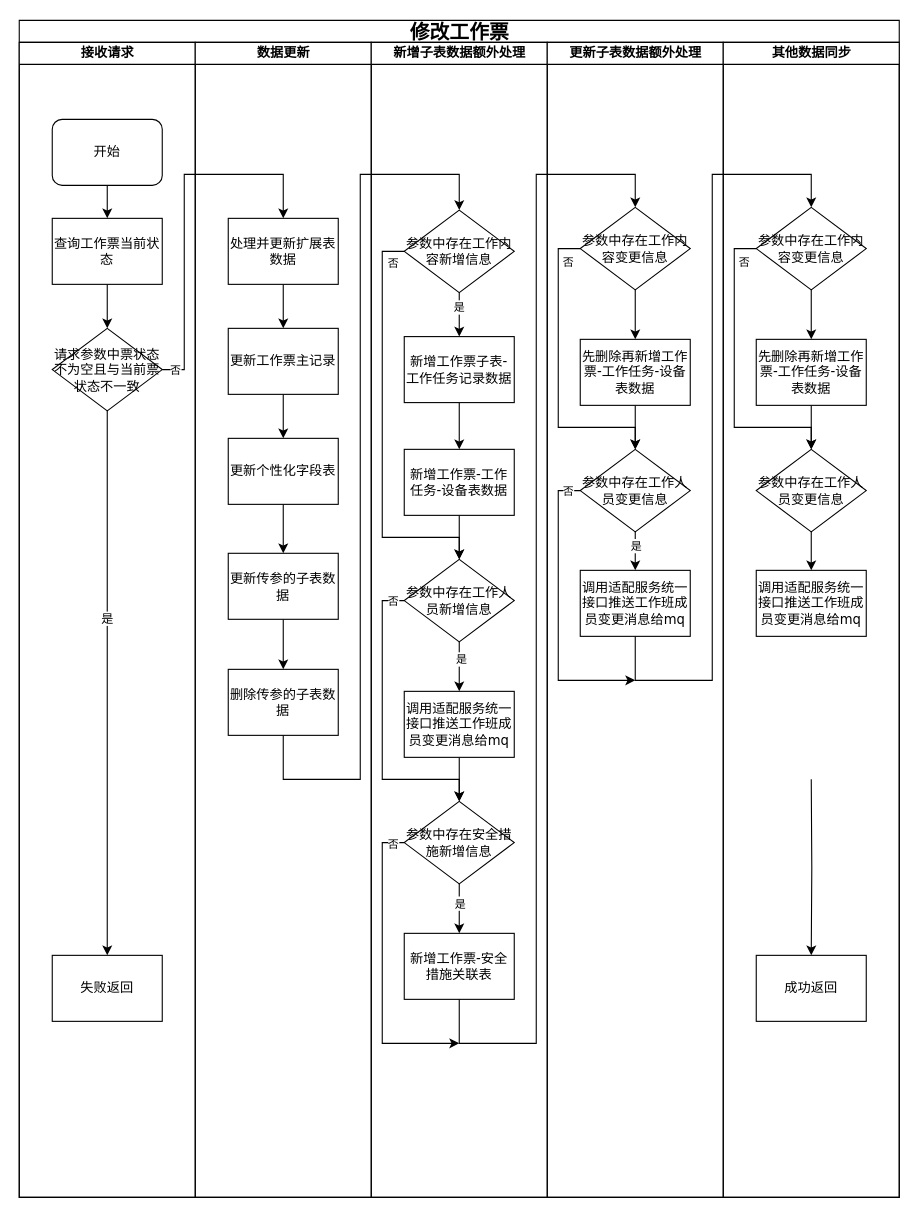
This is 修改工作票.drawio from wwwwbo/myDraw, a draw.io file, before an edit. Source tidied: cells renumbered, new cells numbered last; positions are measured from the earlier drawing's top-left corner, leaving out a move shared by most shapes. Both pictures are drawn from the tidied source at 110%, with x=0, y=0 at pixel (19, 20).
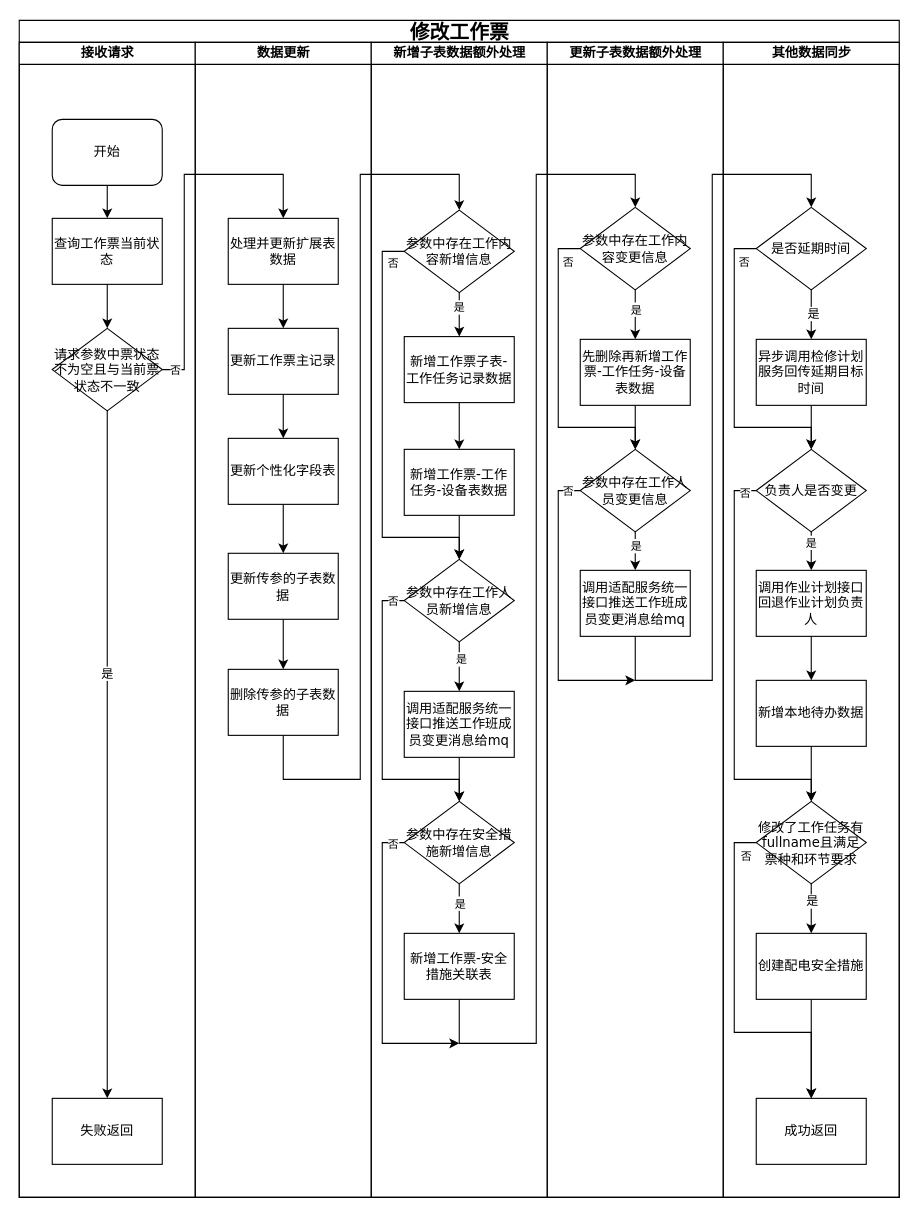
After the change.

Commit message (it also covers changes not shown here):
更新修改工作票.drawio

The change refers to these unchanged cells:
```xml
<mxCell id="3" value="接收请求" style="swimlane;html=1;startSize=20;" parent="2" vertex="1">
  <mxGeometry y="20" width="160" height="1050" as="geometry" />
</mxCell>
<mxCell id="46" style="edgeStyle=orthogonalEdgeStyle;rounded=0;jettySize=auto;html=1;exitX=0.5;exitY=1;exitDx=0;exitDy=0;" parent="45" edge="1" source="49" target="51">
  <mxGeometry relative="1" as="geometry" />
</mxCell>
<mxCell id="62" value="其他数据同步" style="swimlane;html=1;startSize=20;" parent="1" vertex="1">
  <mxGeometry x="640" y="20" width="160" height="1050" as="geometry" />
</mxCell>
<mxCell id="65" style="edgeStyle=orthogonalEdgeStyle;rounded=0;jettySize=auto;html=1;exitX=0.5;exitY=1;exitDx=0;exitDy=0;" parent="62" edge="1" source="68" target="70">
  <mxGeometry relative="1" as="geometry" />
</mxCell>
<mxCell id="71" style="edgeStyle=orthogonalEdgeStyle;rounded=0;jettySize=auto;html=1;exitX=0.5;exitY=1;exitDx=0;exitDy=0;entryX=0.5;entryY=0;entryDx=0;entryDy=0;" parent="62" edge="1" source="72" target="73">
  <mxGeometry relative="1" as="geometry" />
</mxCell>
```

The edit, as a diff of the source:
```diff
@@
     <mxCell id="8" value="&lt;span style=&quot;font-size: 12px;&quot;&gt;失败返回&lt;/span&gt;" style="whiteSpace=wrap;html=1;fontSize=8;fontFamily=Verdana;rounded=0;shadow=0;labelBackgroundColor=none;strokeWidth=1;" parent="3" vertex="1">
-      <mxGeometry x="30" y="830" width="100" height="60" as="geometry" />
+      <mxGeometry x="30" y="960" width="100" height="60" as="geometry" />
     </mxCell>
@@
+    <mxCell id="75" value="&lt;font style=&quot;font-size: 10px;&quot;&gt;是&lt;/font&gt;" style="edgeLabel;html=1;align=center;verticalAlign=middle;" parent="46" vertex="1">
+      <mxGeometry x="-0.23" relative="1" as="geometry" />
+    </mxCell>
@@
-    <mxCell id="63" style="edgeStyle=orthogonalEdgeStyle;rounded=0;jettySize=auto;html=1;" parent="62" edge="1" target="64">
-      <mxGeometry relative="1" as="geometry">
-        <mxPoint x="80" y="670" as="sourcePoint" />
-      </mxGeometry>
-    </mxCell>
     <mxCell id="64" value="&lt;span style=&quot;font-size: 12px;&quot;&gt;成功返回&lt;/span&gt;" style="whiteSpace=wrap;html=1;fontSize=8;fontFamily=Verdana;rounded=0;shadow=0;labelBackgroundColor=none;strokeWidth=1;" parent="62" vertex="1">
-      <mxGeometry x="30" y="830" width="100" height="60" as="geometry" />
+      <mxGeometry x="30" y="960" width="100" height="60" as="geometry" />
     </mxCell>
@@
+    <mxCell id="76" value="是" style="edgeLabel;html=1;align=center;verticalAlign=middle;" parent="65" vertex="1">
+      <mxGeometry x="-0.08" y="1" relative="1" as="geometry" />
+    </mxCell>
@@
-    <mxCell id="68" value="&lt;span style=&quot;font-size: 12px;&quot;&gt;参数中存在工作内容变更信息&lt;/span&gt;" style="rhombus;whiteSpace=wrap;html=1;rounded=0;shadow=0;labelBackgroundColor=none;strokeWidth=1;fontFamily=Verdana;fontSize=8;align=center;" parent="62" vertex="1">
+    <mxCell id="68" value="&lt;span style=&quot;font-size: 12px;&quot;&gt;是否延期时间&lt;/span&gt;" style="rhombus;whiteSpace=wrap;html=1;rounded=0;shadow=0;labelBackgroundColor=none;strokeWidth=1;fontFamily=Verdana;fontSize=8;align=center;" parent="62" vertex="1">
       <mxGeometry x="30" y="150" width="100" height="75" as="geometry" />
     </mxCell>
@@
-    <mxCell id="70" value="&lt;span style=&quot;font-size: 12px;&quot;&gt;先删除再新增工作票-工作任务-设备表数据&lt;/span&gt;" style="whiteSpace=wrap;html=1;fontSize=8;fontFamily=Verdana;rounded=0;shadow=0;labelBackgroundColor=none;strokeWidth=1;" parent="62" vertex="1">
+    <mxCell id="70" value="&lt;span style=&quot;font-size: 12px;&quot;&gt;异步调用检修计划服务回传延期目标时间&lt;/span&gt;" style="whiteSpace=wrap;html=1;fontSize=8;fontFamily=Verdana;rounded=0;shadow=0;labelBackgroundColor=none;strokeWidth=1;" parent="62" vertex="1">
       <mxGeometry x="30" y="270" width="100" height="60" as="geometry" />
     </mxCell>
@@
+    <mxCell id="77" value="&lt;font style=&quot;font-size: 10px;&quot;&gt;是&lt;/font&gt;" style="edgeLabel;html=1;align=center;verticalAlign=middle;" parent="71" vertex="1">
+      <mxGeometry x="-0.51" y="-1" relative="1" as="geometry" />
+    </mxCell>
+    <mxCell id="78" style="edgeStyle=orthogonalEdgeStyle;rounded=0;jettySize=auto;html=1;exitX=0;exitY=0.5;exitDx=0;exitDy=0;entryX=0.5;entryY=0;entryDx=0;entryDy=0;" parent="62" edge="1" source="72" target="87">
+      <mxGeometry relative="1" as="geometry">
+        <Array as="points">
+          <mxPoint x="10" y="408" />
+          <mxPoint x="10" y="670" />
+          <mxPoint x="80" y="670" />
+        </Array>
+      </mxGeometry>
+    </mxCell>
+    <mxCell id="79" value="&lt;font style=&quot;font-size: 10px;&quot;&gt;否&lt;/font&gt;" style="edgeLabel;html=1;align=center;verticalAlign=middle;" parent="78" vertex="1">
+      <mxGeometry x="-0.94" y="2" relative="1" as="geometry" />
+    </mxCell>
-    <mxCell id="72" value="&lt;span style=&quot;font-size: 12px;&quot;&gt;参数中存在工作人员变更信息&lt;/span&gt;" style="rhombus;whiteSpace=wrap;html=1;rounded=0;shadow=0;labelBackgroundColor=none;strokeWidth=1;fontFamily=Verdana;fontSize=8;align=center;" parent="62" vertex="1">
+    <mxCell id="72" value="&lt;span style=&quot;font-size: 12px;&quot;&gt;负责人是否变更&lt;/span&gt;" style="rhombus;whiteSpace=wrap;html=1;rounded=0;shadow=0;labelBackgroundColor=none;strokeWidth=1;fontFamily=Verdana;fontSize=8;align=center;" parent="62" vertex="1">
       <mxGeometry x="30" y="370" width="100" height="75" as="geometry" />
     </mxCell>
+    <mxCell id="80" style="edgeStyle=orthogonalEdgeStyle;rounded=0;jettySize=auto;html=1;exitX=0.5;exitY=1;exitDx=0;exitDy=0;" parent="62" edge="1" source="73" target="82">
+      <mxGeometry relative="1" as="geometry" />
+    </mxCell>
-    <mxCell id="73" value="&lt;span style=&quot;font-size: 12px;&quot;&gt;调用适配服务统一接口推送工作班成员变更消息给mq&lt;/span&gt;" style="whiteSpace=wrap;html=1;fontSize=8;fontFamily=Verdana;rounded=0;shadow=0;labelBackgroundColor=none;strokeWidth=1;" parent="62" vertex="1">
+    <mxCell id="73" value="&lt;span style=&quot;font-size: 12px;&quot;&gt;调用作业计划接口回退作业计划负责人&lt;/span&gt;" style="whiteSpace=wrap;html=1;fontSize=8;fontFamily=Verdana;rounded=0;shadow=0;labelBackgroundColor=none;strokeWidth=1;" parent="62" vertex="1">
       <mxGeometry x="30" y="480" width="100" height="60" as="geometry" />
     </mxCell>
+    <mxCell id="81" style="edgeStyle=orthogonalEdgeStyle;rounded=0;jettySize=auto;html=1;exitX=0.5;exitY=1;exitDx=0;exitDy=0;entryX=0.5;entryY=0;entryDx=0;entryDy=0;" parent="62" edge="1" source="82" target="87">
+      <mxGeometry relative="1" as="geometry" />
+    </mxCell>
+    <mxCell id="82" value="&lt;span style=&quot;font-size: 12px;&quot;&gt;新增本地待办数据&lt;/span&gt;" style="whiteSpace=wrap;html=1;fontSize=8;fontFamily=Verdana;rounded=0;shadow=0;labelBackgroundColor=none;strokeWidth=1;" parent="62" vertex="1">
+      <mxGeometry x="30" y="580" width="100" height="60" as="geometry" />
+    </mxCell>
+    <mxCell id="83" style="edgeStyle=orthogonalEdgeStyle;rounded=0;jettySize=auto;html=1;exitX=0.5;exitY=1;exitDx=0;exitDy=0;entryX=0.5;entryY=0;entryDx=0;entryDy=0;" parent="62" edge="1" source="87" target="89">
+      <mxGeometry relative="1" as="geometry" />
+    </mxCell>
+    <mxCell id="84" value="是" style="edgeLabel;html=1;align=center;verticalAlign=middle;" parent="83" vertex="1">
+      <mxGeometry x="-0.33" relative="1" as="geometry" />
+    </mxCell>
+    <mxCell id="85" style="edgeStyle=orthogonalEdgeStyle;rounded=0;jettySize=auto;html=1;exitX=0;exitY=0.5;exitDx=0;exitDy=0;entryX=0.5;entryY=0;entryDx=0;entryDy=0;" parent="62" edge="1" source="87" target="64">
+      <mxGeometry relative="1" as="geometry">
+        <Array as="points">
+          <mxPoint x="10" y="728" />
+          <mxPoint x="10" y="900" />
+          <mxPoint x="80" y="900" />
+        </Array>
+      </mxGeometry>
+    </mxCell>
+    <mxCell id="86" value="&lt;font style=&quot;font-size: 10px;&quot;&gt;否&lt;/font&gt;" style="edgeLabel;html=1;align=center;verticalAlign=middle;" parent="85" vertex="1">
+      <mxGeometry x="-0.94" y="1" relative="1" as="geometry">
+        <mxPoint y="11" as="offset" />
+      </mxGeometry>
+    </mxCell>
+    <mxCell id="87" value="&lt;span style=&quot;font-size: 12px;&quot;&gt;修改了工作任务有fullname且满足票种和环节要求&lt;/span&gt;" style="rhombus;whiteSpace=wrap;html=1;rounded=0;shadow=0;labelBackgroundColor=none;strokeWidth=1;fontFamily=Verdana;fontSize=8;align=center;" parent="62" vertex="1">
+      <mxGeometry x="30" y="690" width="100" height="75" as="geometry" />
+    </mxCell>
+    <mxCell id="88" style="edgeStyle=orthogonalEdgeStyle;rounded=0;jettySize=auto;html=1;exitX=0.5;exitY=1;exitDx=0;exitDy=0;entryX=0.5;entryY=0;entryDx=0;entryDy=0;" parent="62" edge="1" source="89" target="64">
+      <mxGeometry relative="1" as="geometry" />
+    </mxCell>
+    <mxCell id="89" value="&lt;span style=&quot;font-size: 12px;&quot;&gt;创建配电安全措施&lt;/span&gt;" style="whiteSpace=wrap;html=1;fontSize=8;fontFamily=Verdana;rounded=0;shadow=0;labelBackgroundColor=none;strokeWidth=1;" parent="62" vertex="1">
+      <mxGeometry x="30" y="810" width="100" height="60" as="geometry" />
+    </mxCell>
```
